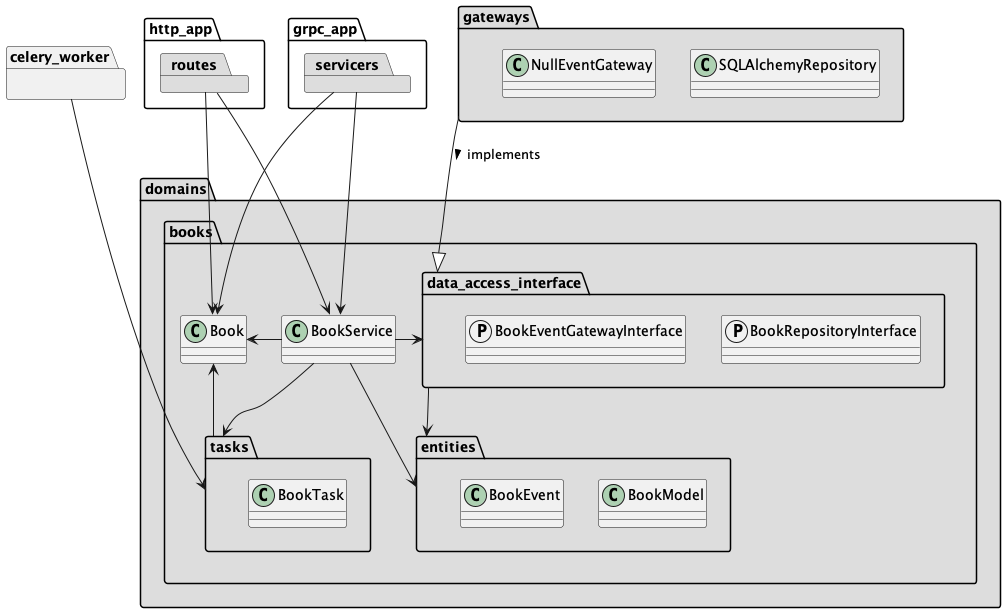
Before: architecture.png, a diagram exported from PlantUML (febus982/bootstrap-python-fastapi).
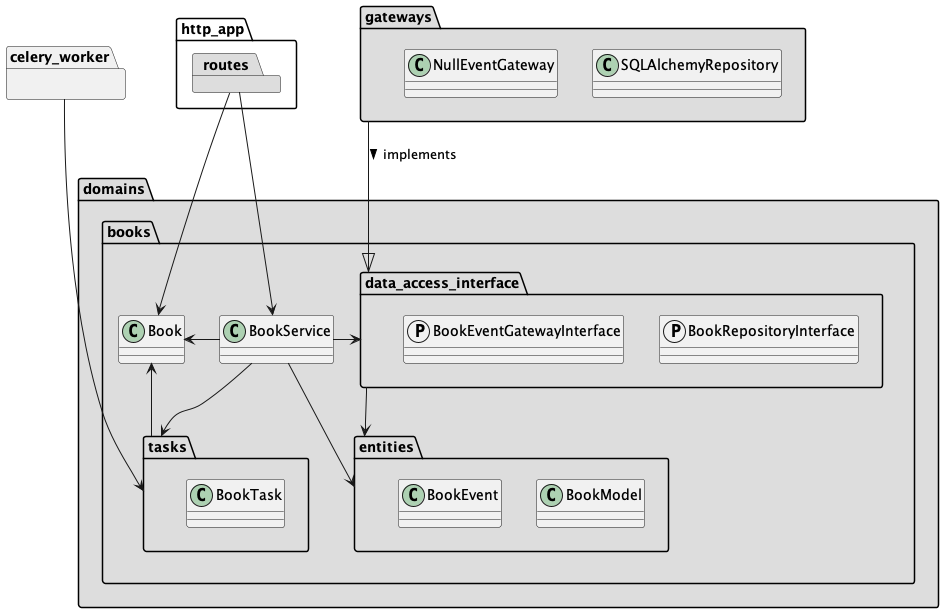
The same file after the commit.

The edit, as a diff of the source:
```diff
@@ -6,10 +6,6 @@
 
 package http_app #fff {
     package routes #DDDDDD
-}
-
-package grpc_app #fff {
-    package servicers #DDDDDD
 }
 
 package domains #DDDDDD {
@@ -41,8 +37,6 @@
 
 routes --> BookService
 routes --> Book
-servicers --> BookService
-servicers --> Book
 celery_worker ---> tasks
 tasks <-u- BookService
 tasks -u-> Book
```
